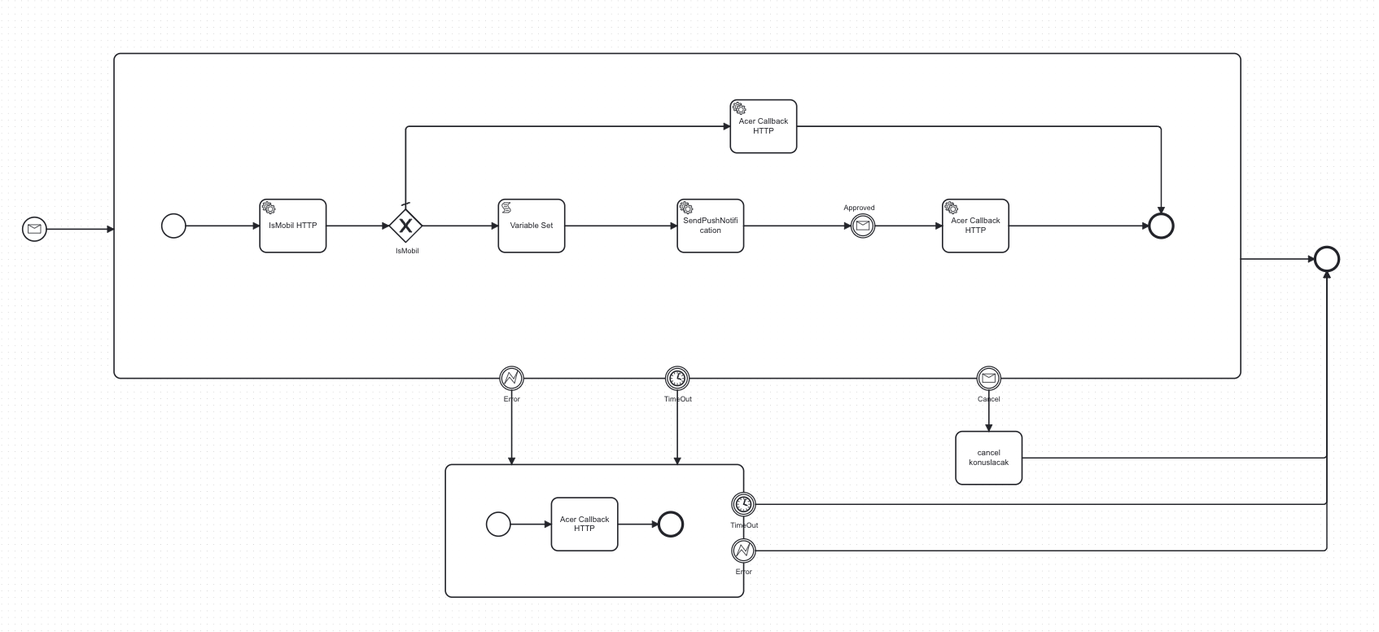
Above: acerpro.png in bombard4/drawing-camunda (BPMN), before the change. Its source is kept beside it as Model/acerpro.bpmn. Ids are renumbered.
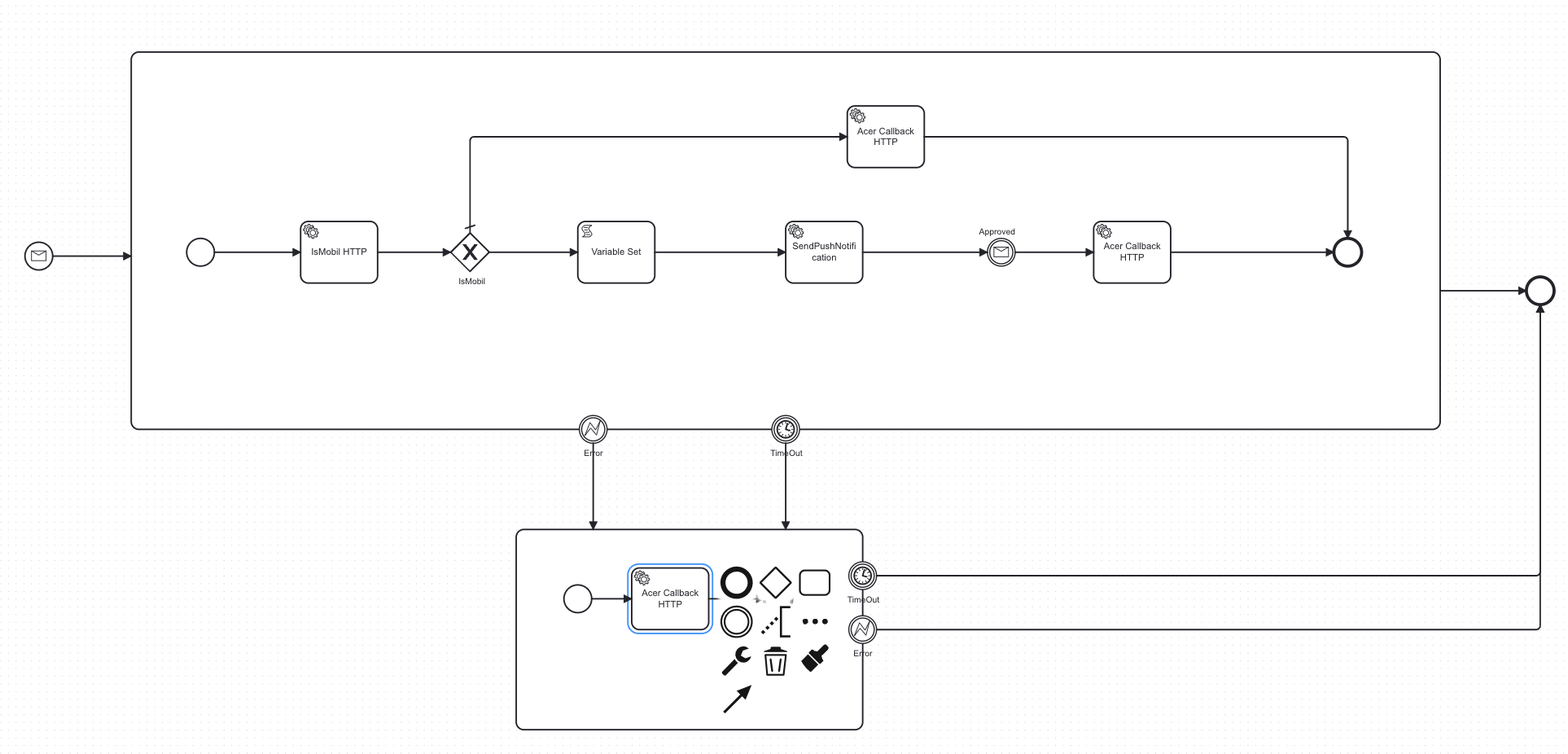
After the commit.

What changed in the source:
```diff
@@ -1,4 +1,4 @@
-<bpmn:definitions xmlns:bpmn="http://www.omg.org/spec/BPMN/20100524/MODEL" xmlns:bpmndi="http://www.omg.org/spec/BPMN/20100524/DI" xmlns:dc="http://www.omg.org/spec/DD/20100524/DC" xmlns:zeebe="http://camunda.org/schema/zeebe/1.0" xmlns:xsi="http://www.w3.org/2001/XMLSchema-instance" xmlns:di="http://www.omg.org/spec/DD/20100524/DI" xmlns:modeler="http://camunda.org/schema/modeler/1.0" id="Definitions_n1" targetNamespace="http://bpmn.io/schema/bpmn" exporter="Camunda Modeler" exporterVersion="5.31.0" modeler:executionPlatform="Camunda Cloud" modeler:executionPlatformVersion="8.6.0">
+<bpmn:definitions xmlns:bpmn="http://www.omg.org/spec/BPMN/20100524/MODEL" xmlns:bpmndi="http://www.omg.org/spec/BPMN/20100524/DI" xmlns:dc="http://www.omg.org/spec/DD/20100524/DC" xmlns:zeebe="http://camunda.org/schema/zeebe/1.0" xmlns:xsi="http://www.w3.org/2001/XMLSchema-instance" xmlns:di="http://www.omg.org/spec/DD/20100524/DI" xmlns:modeler="http://camunda.org/schema/modeler/1.0" id="Definitions_n1" targetNamespace="http://bpmn.io/schema/bpmn" exporter="Camunda Modeler" exporterVersion="5.32.0" modeler:executionPlatform="Camunda Cloud" modeler:executionPlatformVersion="8.6.0">
   <bpmn:process id="Process_n2" isExecutable="true">
     <bpmn:subProcess id="Activity_n3">
       <bpmn:incoming>Flow_n4</bpmn:incoming>
@@ -25,7 +25,7 @@
         <bpmn:extensionElements>
           <zeebe:taskDefinition type="send-push-notification" retries="2" />
           <zeebe:ioMapping>
-            <zeebe:input source="={&#10;  &#34;Title&#34; : PNTitle,&#10;  &#34;Content&#34; : PNContent,&#10;  &#34;DeeplinkUrl&#34;: DeeplinkUrl&#10;}" target="SendPushNotificationInputDto" />
+            <zeebe:input source="={&#10;  &#34;Title&#34; : &#34;Sözleşme Onayı&#34;,&#10;  &#34;Content&#34; : &#34;ile ilgili onaylamanız gereken dokümanlar bulunmaktadır.&#34;,&#10;  &#34;DeeplinkUrl&#34;: &#34;onmobil//approved-documents-filter&#34;&#10;}" target="SendPushNotificationInputDto" />
           </zeebe:ioMapping>
         </bpmn:extensionElements>
         <bpmn:incoming>Flow_n19</bpmn:incoming>
@@ -49,7 +49,7 @@
       </bpmn:serviceTask>
       <bpmn:serviceTask id="Activity_n25" name="Acer Callback HTTP">
         <bpmn:extensionElements>
-          <zeebe:taskDefinition type="sss" />
+          <zeebe:taskDefinition type="acerprocallbackapi" />
         </bpmn:extensionElements>
         <bpmn:incoming>Flow_n22</bpmn:incoming>
         <bpmn:outgoing>Flow_n15</bpmn:outgoing>
@@ -71,7 +71,7 @@
       <bpmn:sequenceFlow id="Flow_n19" sourceRef="Activity_n13" targetRef="Activity_n18" />
       <bpmn:serviceTask id="Activity_n17" name="Acer Callback HTTP">
         <bpmn:extensionElements>
-          <zeebe:taskDefinition type="sss" />
+          <zeebe:taskDefinition type="acerprocallbackapi" />
         </bpmn:extensionElements>
         <bpmn:incoming>Flow_n9</bpmn:incoming>
         <bpmn:outgoing>Flow_n16</bpmn:outgoing>
@@ -87,15 +87,10 @@
       <bpmn:outgoing>Flow_n30</bpmn:outgoing>
       <bpmn:errorEventDefinition id="ErrorEventDefinition_n31" />
     </bpmn:boundaryEvent>
-    <bpmn:boundaryEvent id="Event_n32" name="Cancel" attachedToRef="Activity_n3">
-      <bpmn:outgoing>Flow_n33</bpmn:outgoing>
-      <bpmn:messageEventDefinition id="MessageEventDefinition_n34" messageRef="Message_n35" />
-    </bpmn:boundaryEvent>
     <bpmn:endEvent id="Event_n36">
       <bpmn:incoming>Flow_n5</bpmn:incoming>
       <bpmn:incoming>Flow_n37</bpmn:incoming>
       <bpmn:incoming>Flow_n38</bpmn:incoming>
-      <bpmn:incoming>Flow_n39</bpmn:incoming>
     </bpmn:endEvent>
     <bpmn:sequenceFlow id="Flow_n5" sourceRef="Activity_n3" targetRef="Event_n36" />
     <bpmn:subProcess id="Activity_n40">
@@ -104,16 +99,18 @@
       <bpmn:startEvent id="Event_n42">
         <bpmn:outgoing>Flow_n43</bpmn:outgoing>
       </bpmn:startEvent>
-      <bpmn:task id="Activity_n44" name="Acer Callback HTTP">
-        <bpmn:documentation>Error time out ortak cevam verilecek</bpmn:documentation>
+      <bpmn:sequenceFlow id="Flow_n43" sourceRef="Event_n42" targetRef="Activity_n63" />
+      <bpmn:endEvent id="Event_n46">
+        <bpmn:incoming>Flow_n64</bpmn:incoming>
+      </bpmn:endEvent>
+      <bpmn:serviceTask id="Activity_n63" name="Acer Callback HTTP">
+        <bpmn:extensionElements>
+          <zeebe:taskDefinition type="acerprocallbackapi" />
+        </bpmn:extensionElements>
         <bpmn:incoming>Flow_n43</bpmn:incoming>
-        <bpmn:outgoing>Flow_n45</bpmn:outgoing>
-      </bpmn:task>
-      <bpmn:sequenceFlow id="Flow_n43" sourceRef="Event_n42" targetRef="Activity_n44" />
-      <bpmn:endEvent id="Event_n46">
-        <bpmn:incoming>Flow_n45</bpmn:incoming>
-      </bpmn:endEvent>
-      <bpmn:sequenceFlow id="Flow_n45" sourceRef="Activity_n44" targetRef="Event_n46" />
+        <bpmn:outgoing>Flow_n64</bpmn:outgoing>
+      </bpmn:serviceTask>
+      <bpmn:sequenceFlow id="Flow_n64" sourceRef="Activity_n63" targetRef="Event_n46" />
     </bpmn:subProcess>
     <bpmn:sequenceFlow id="Flow_n30" sourceRef="Event_n29" targetRef="Activity_n40" />
     <bpmn:boundaryEvent id="Event_n47" name="TimeOut" attachedToRef="Activity_n3">
@@ -135,12 +132,6 @@
     </bpmn:boundaryEvent>
     <bpmn:sequenceFlow id="Flow_n37" sourceRef="Event_n51" targetRef="Event_n36" />
     <bpmn:sequenceFlow id="Flow_n38" sourceRef="Event_n49" targetRef="Event_n36" />
-    <bpmn:sequenceFlow id="Flow_n33" sourceRef="Event_n32" targetRef="Activity_n53" />
-    <bpmn:task id="Activity_n53" name="cancel konuslacak">
-      <bpmn:incoming>Flow_n33</bpmn:incoming>
-      <bpmn:outgoing>Flow_n39</bpmn:outgoing>
-    </bpmn:task>
-    <bpmn:sequenceFlow id="Flow_n39" sourceRef="Activity_n53" targetRef="Event_n36" />
   </bpmn:process>
   <bpmn:message id="Message_n54" name="document-onlinesign-approved">
     <bpmn:extensionElements>
@@ -249,29 +240,36 @@
         <dc:Bounds x="2102" y="332" width="36" height="36" />
       </bpmndi:BPMNShape>
       <bpmndi:BPMNShape id="Activity_n40_di" bpmnElement="Activity_n40" isExpanded="true">
-        <dc:Bounds x="790" y="660" width="450" height="200" />
+        <dc:Bounds x="790" y="660" width="450" height="260" />
       </bpmndi:BPMNShape>
       <bpmndi:BPMNShape id="Event_n42_di" bpmnElement="Event_n42">
         <dc:Bounds x="852" y="732" width="36" height="36" />
       </bpmndi:BPMNShape>
-      <bpmndi:BPMNShape id="BPMNShape_n59" bpmnElement="Activity_n44">
-        <dc:Bounds x="950" y="710" width="100" height="80" />
-        <bpmndi:BPMNLabel />
-      </bpmndi:BPMNShape>
       <bpmndi:BPMNShape id="BPMNShape_n60" bpmnElement="Event_n46">
         <dc:Bounds x="1112" y="732" width="36" height="36" />
       </bpmndi:BPMNShape>
+      <bpmndi:BPMNShape id="BPMNShape_n65" bpmnElement="Activity_n63">
+        <dc:Bounds x="940" y="710" width="100" height="80" />
+      </bpmndi:BPMNShape>
       <bpmndi:BPMNEdge id="Flow_n43_di" bpmnElement="Flow_n43">
         <di:waypoint x="888" y="750" />
-        <di:waypoint x="950" y="750" />
+        <di:waypoint x="940" y="750" />
       </bpmndi:BPMNEdge>
-      <bpmndi:BPMNEdge id="Flow_n45_di" bpmnElement="Flow_n45">
-        <di:waypoint x="1050" y="750" />
+      <bpmndi:BPMNEdge id="Flow_n64_di" bpmnElement="Flow_n64">
+        <di:waypoint x="1040" y="750" />
         <di:waypoint x="1112" y="750" />
       </bpmndi:BPMNEdge>
-      <bpmndi:BPMNShape id="Activity_n53_di" bpmnElement="Activity_n53">
-        <dc:Bounds x="1560" y="610" width="100" height="80" />
-        <bpmndi:BPMNLabel />
+      <bpmndi:BPMNShape id="Event_1bunwqs_di" bpmnElement="Event_n47">
+        <dc:Bounds x="1122" y="512" width="36" height="36" />
+        <bpmndi:BPMNLabel>
+          <dc:Bounds x="1120" y="555" width="42" height="14" />
+        </bpmndi:BPMNLabel>
+      </bpmndi:BPMNShape>
+      <bpmndi:BPMNShape id="Event_0l43t8a_di" bpmnElement="Event_n29">
+        <dc:Bounds x="872" y="512" width="36" height="36" />
+        <bpmndi:BPMNLabel>
+          <dc:Bounds x="878" y="555" width="25" height="14" />
+        </bpmndi:BPMNLabel>
       </bpmndi:BPMNShape>
       <bpmndi:BPMNShape id="BPMNShape_n61" bpmnElement="Event_n51">
         <dc:Bounds x="1222" y="772" width="36" height="36" />
@@ -283,24 +281,6 @@
         <dc:Bounds x="1222" y="702" width="36" height="36" />
         <bpmndi:BPMNLabel>
           <dc:Bounds x="1220" y="745" width="42" height="14" />
-        </bpmndi:BPMNLabel>
-      </bpmndi:BPMNShape>
-      <bpmndi:BPMNShape id="Event_1bunwqs_di" bpmnElement="Event_n47">
-        <dc:Bounds x="1122" y="512" width="36" height="36" />
-        <bpmndi:BPMNLabel>
-          <dc:Bounds x="1120" y="555" width="42" height="14" />
-        </bpmndi:BPMNLabel>
-      </bpmndi:BPMNShape>
-      <bpmndi:BPMNShape id="Event_1do7aj5_di" bpmnElement="Event_n32">
-        <dc:Bounds x="1592" y="512" width="36" height="36" />
-        <bpmndi:BPMNLabel>
-          <dc:Bounds x="1593" y="555" width="35" height="14" />
-        </bpmndi:BPMNLabel>
-      </bpmndi:BPMNShape>
-      <bpmndi:BPMNShape id="Event_0l43t8a_di" bpmnElement="Event_n29">
-        <dc:Bounds x="872" y="512" width="36" height="36" />
-        <bpmndi:BPMNLabel>
-          <dc:Bounds x="878" y="555" width="25" height="14" />
         </bpmndi:BPMNLabel>
       </bpmndi:BPMNShape>
       <bpmndi:BPMNEdge id="Flow_n4_di" bpmnElement="Flow_n4">
@@ -329,15 +309,6 @@
         <di:waypoint x="2120" y="720" />
         <di:waypoint x="2120" y="368" />
       </bpmndi:BPMNEdge>
-      <bpmndi:BPMNEdge id="Flow_n33_di" bpmnElement="Flow_n33">
-        <di:waypoint x="1610" y="548" />
-        <di:waypoint x="1610" y="610" />
-      </bpmndi:BPMNEdge>
-      <bpmndi:BPMNEdge id="Flow_n39_di" bpmnElement="Flow_n39">
-        <di:waypoint x="1660" y="650" />
-        <di:waypoint x="2120" y="650" />
-        <di:waypoint x="2120" y="368" />
-      </bpmndi:BPMNEdge>
     </bpmndi:BPMNPlane>
   </bpmndi:BPMNDiagram>
 </bpmn:definitions>
```
